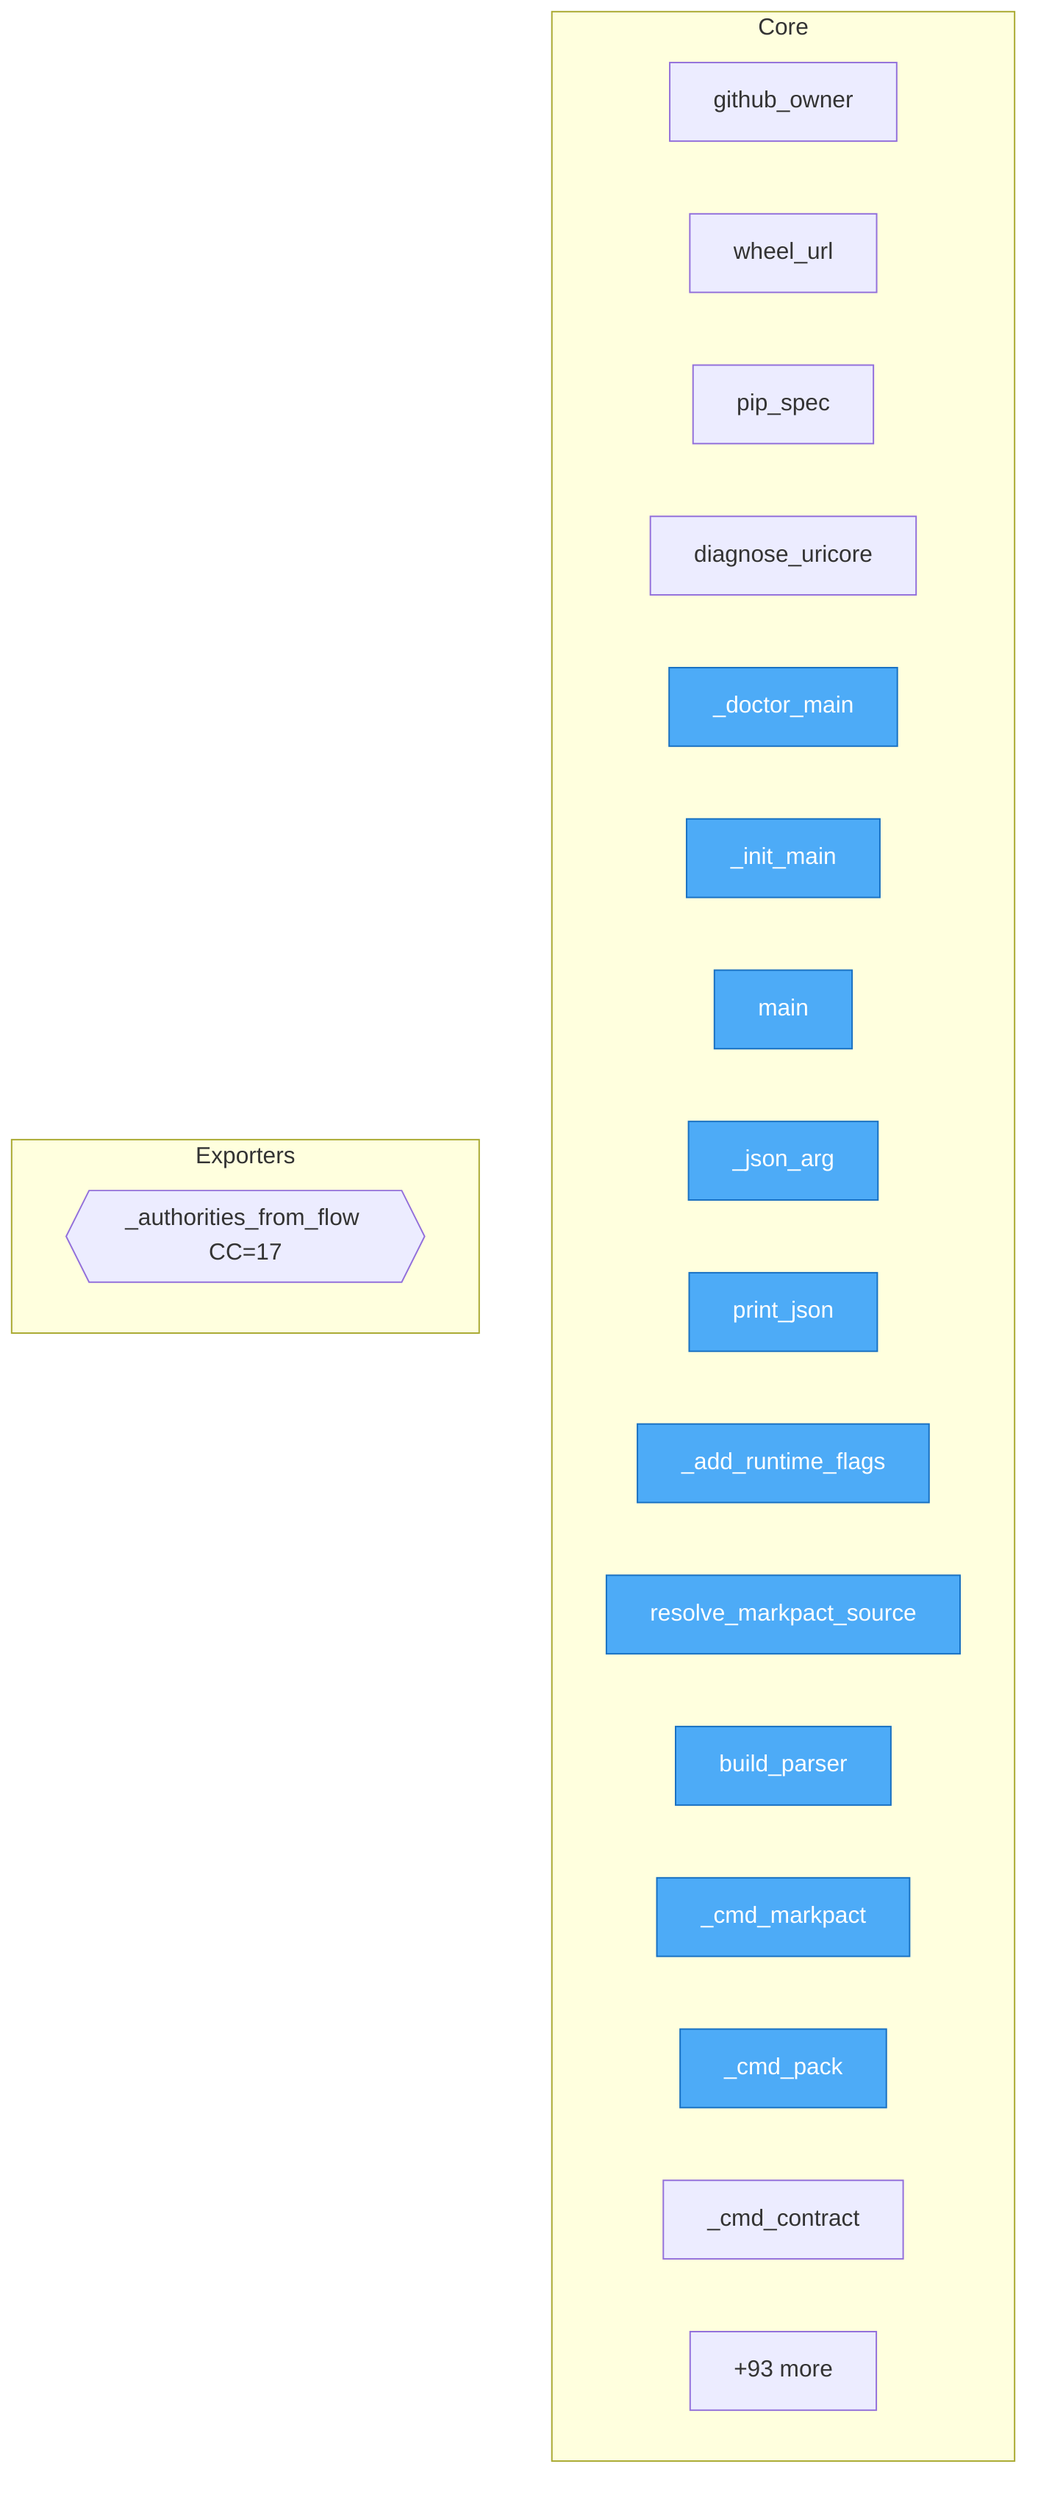
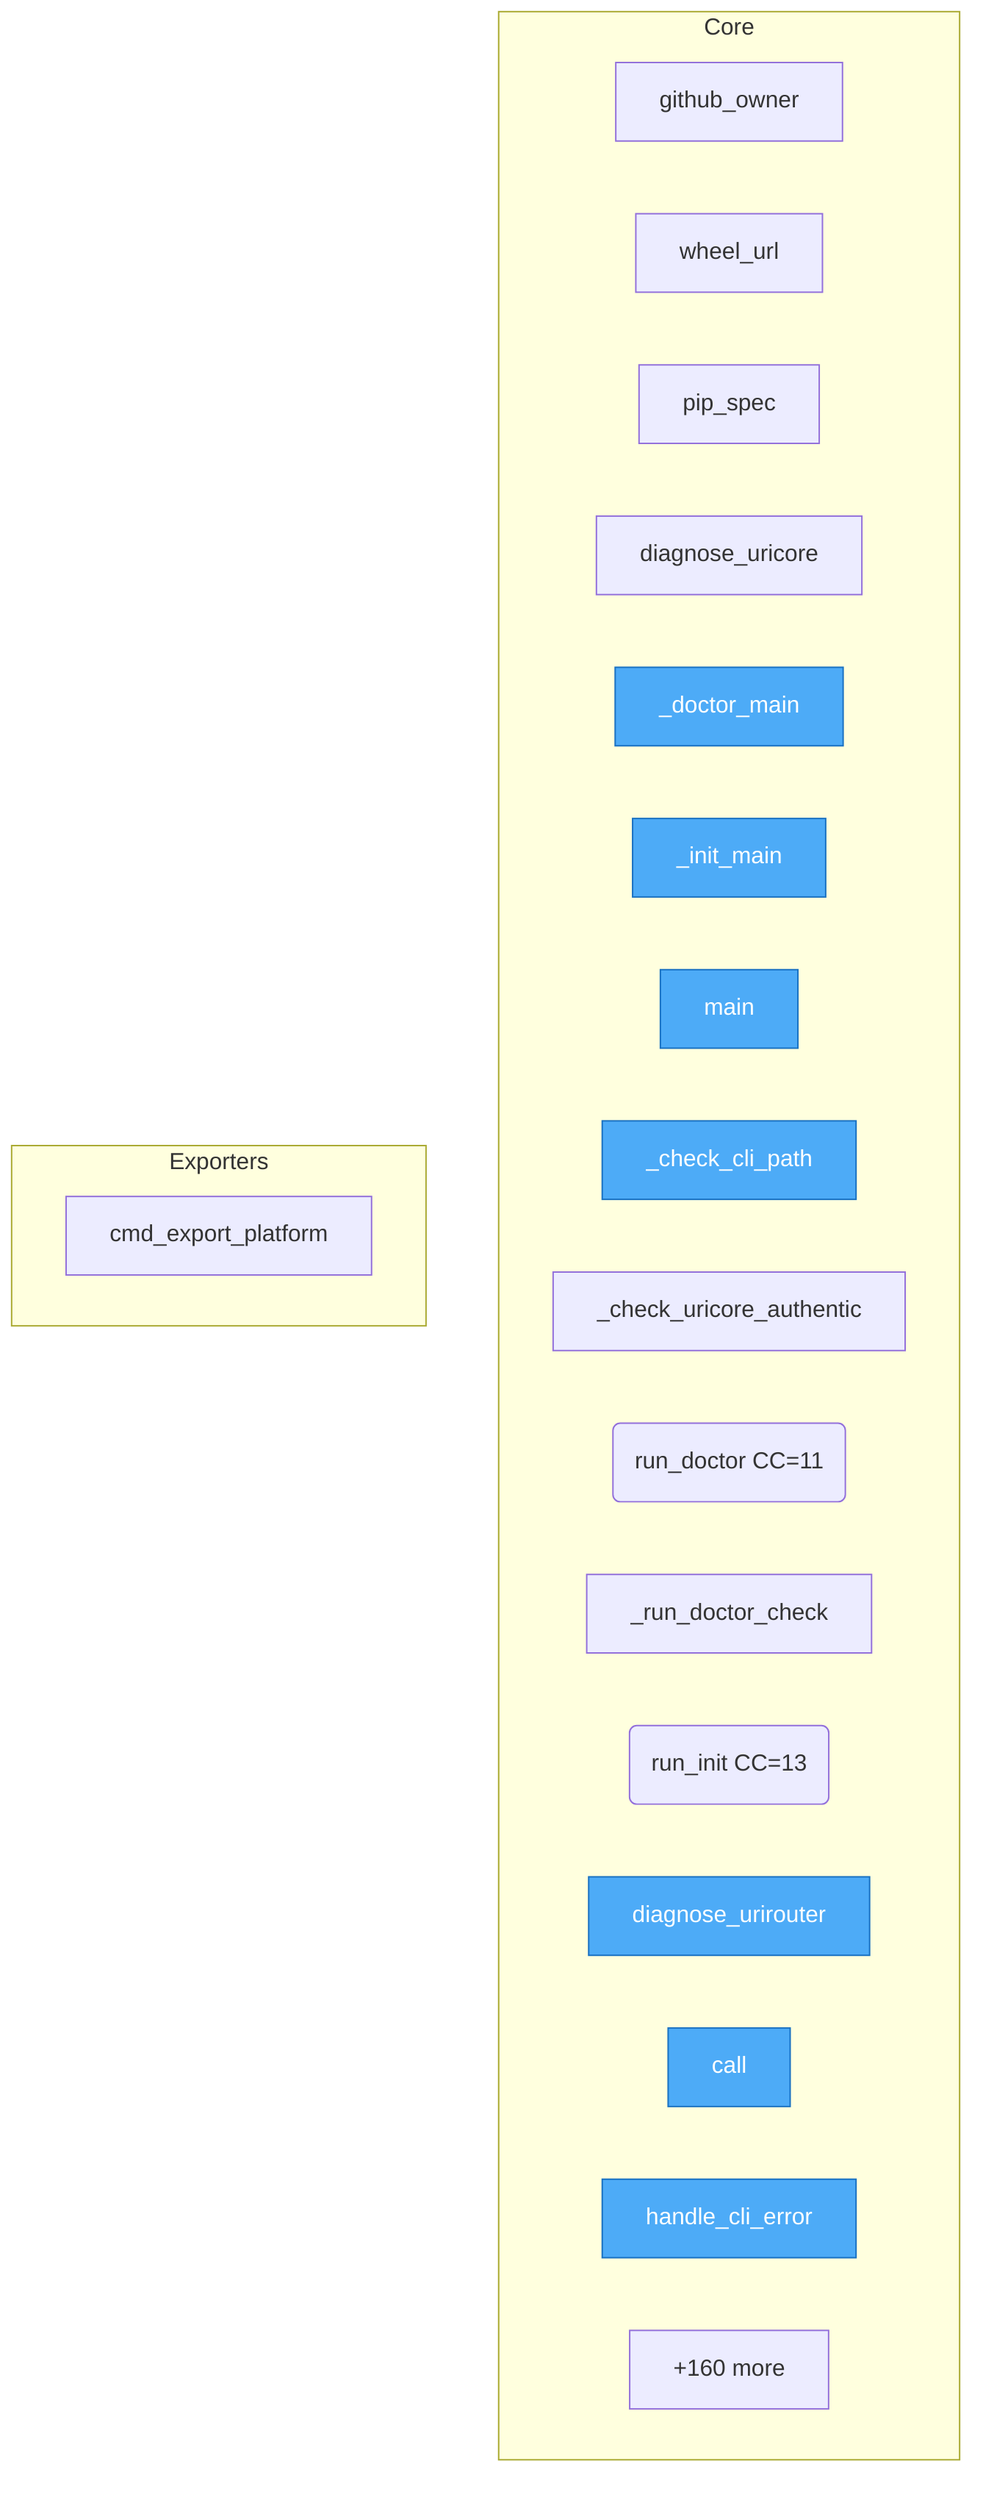
flowchart TD
- %% generated in 0.02s
+ %% generated in 0.01s

    %% Entry points (blue)
    classDef entry fill:#4dabf7,stroke:#1971c2,color:#fff

    subgraph Core
        src__urisys__uricore_install__github_owner["github_owner"]
        src__urisys__uricore_install__wheel_url["wheel_url"]
        src__urisys__uricore_install__pip_spec["pip_spec"]
        src__urisys__uricore_install__diagnose_uricore["diagnose_uricore"]
        src__urisys__bootstrap___doctor_main["_doctor_main"]
        src__urisys__bootstrap___init_main["_init_main"]
        src__urisys__bootstrap__main["main"]
-         src__urisys__cli___json_arg["_json_arg"]
-         src__urisys__cli__print_json["print_json"]
-         src__urisys__cli___add_runtime_flags["_add_runtime_flags"]
-         src__urisys__cli__resolve_markpact_source["resolve_markpact_source"]
-         src__urisys__cli__build_parser["build_parser"]
-         src__urisys__cli___cmd_markpact["_cmd_markpact"]
-         src__urisys__cli___cmd_pack["_cmd_pack"]
-         src__urisys__cli___cmd_contract["_cmd_contract"]
-         ...["+93 more"]
+         src__urisys__doctor___check_cli_path["_check_cli_path"]
+         src__urisys__doctor___check_uricore_authentic["_check_uricore_authentic"]
+         src__urisys__doctor__run_doctor("run_doctor CC=11")
+         src__urisys__init_setup___run_doctor_check["_run_doctor_check"]
+         src__urisys__init_setup__run_init("run_init CC=13")
+         src__urisys__urirouter_install__diagnose_urirouter["diagnose_urirouter"]
+         src__urisys__http_server___ControllerRuntime__call["call"]
+         src__urisys__cli__errors__handle_cli_error["handle_cli_error"]
+         ...["+160 more"]
    end

    subgraph Exporters
-         src__urisys__managers__platform_export___authorities_from_flow{{_authorities_from_flow CC=17}}
+         src__urisys__cli__commands__markpact__cmd_export_platform["cmd_export_platform"]
    end

-     class src__urisys__bootstrap___doctor_main,src__urisys__bootstrap___init_main,src__urisys__bootstrap__main,src__urisys__cli___json_arg,src__urisys__cli__print_json,src__urisys__cli___add_runtime_flags,src__urisys__cli__resolve_markpact_source,src__urisys__cli__build_parser,src__urisys__cli___cmd_markpact,src__urisys__cli___cmd_pack entry
+     class src__urisys__bootstrap___doctor_main,src__urisys__bootstrap___init_main,src__urisys__bootstrap__main,src__urisys__doctor___check_cli_path,src__urisys__urirouter_install__diagnose_urirouter,src__urisys__http_server___ControllerRuntime__call,src__urisys__cli__errors__handle_cli_error,src__urisys__cli__helpers__json_arg,src__urisys__cli__helpers__print_json,src__urisys__cli__helpers__resolve_markpact_source entry
